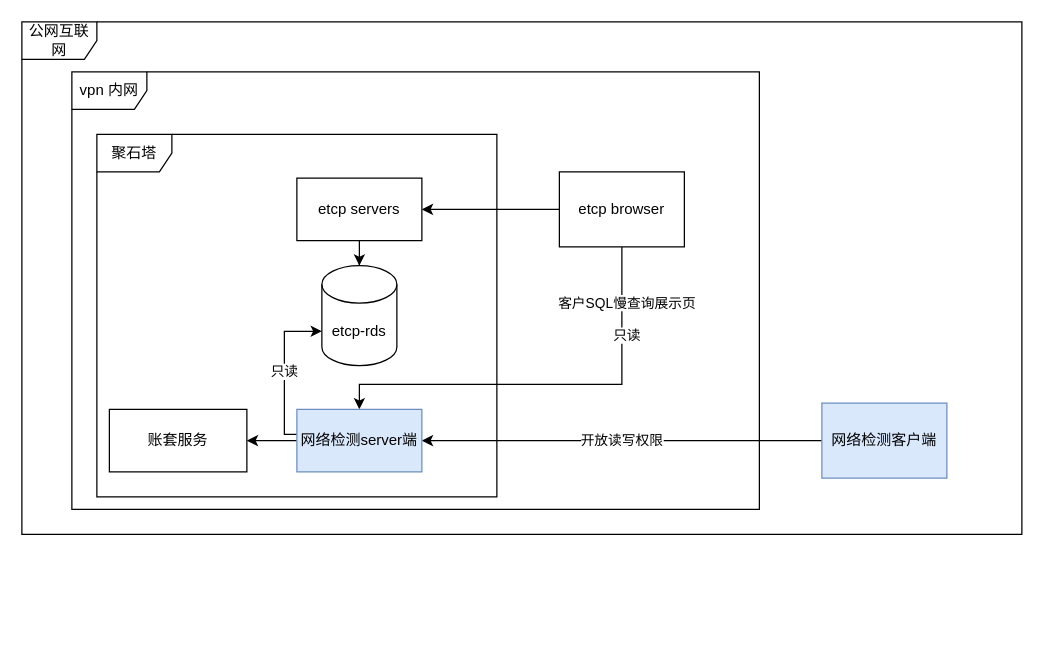
The draw.io diagram netdiag.drawio in mashifei/uml, before the edit. Source tidied: cells renumbered, new cells numbered last; positions are measured from the earlier drawing's top-left corner, leaving out a move shared by most shapes. Both pictures are drawn from the tidied source at 125%, with x=0, y=0 at pixel (21, 21).
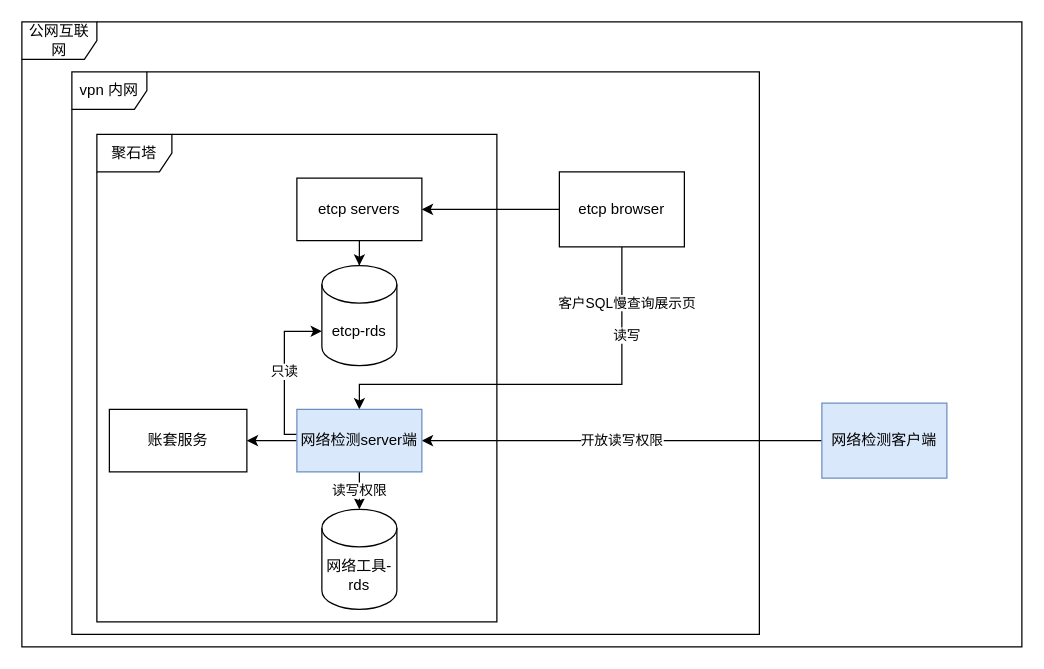
After the change.

Unchanged cells that the change refers to:
```xml
<mxCell id="9" style="edgeStyle=orthogonalEdgeStyle;rounded=0;jettySize=auto;html=1;entryX=0.5;entryY=0;entryDx=0;entryDy=0;" parent="1" edge="1" source="12" target="18">
  <mxGeometry relative="1" as="geometry">
    <Array as="points">
      <mxPoint x="480" y="290" />
      <mxPoint x="270" y="290" />
    </Array>
  </mxGeometry>
</mxCell>
<mxCell id="18" value="网络检测server端" style="rounded=0;whiteSpace=wrap;html=1;fillColor=#dae8fc;strokeColor=#6c8ebf;" parent="1" vertex="1">
  <mxGeometry x="220" y="310" width="100" height="50" as="geometry" />
</mxCell>
```

Change to the diagram source:
```diff
@@
+    <mxCell id="3" value="公网互联网" style="shape=umlFrame;whiteSpace=wrap;html=1;" parent="1" vertex="1">
+      <mxGeometry width="800" height="500" as="geometry" />
+    </mxCell>
     <mxCell id="2" value="vpn 内网" style="shape=umlFrame;whiteSpace=wrap;html=1;" parent="1" vertex="1">
-      <mxGeometry x="40" y="40" width="550" height="350" as="geometry" />
+      <mxGeometry x="40" y="40" width="550" height="450" as="geometry" />
     </mxCell>
-    <mxCell id="3" value="公网互联网" style="shape=umlFrame;whiteSpace=wrap;html=1;" parent="1" vertex="1">
-      <mxGeometry width="800" height="410" as="geometry" />
-    </mxCell>
     <mxCell id="4" value="聚石塔" style="shape=umlFrame;whiteSpace=wrap;html=1;" parent="1" vertex="1">
-      <mxGeometry x="60" y="90" width="320" height="290" as="geometry" />
+      <mxGeometry x="60" y="90" width="320" height="390" as="geometry" />
     </mxCell>
@@
-    <mxCell id="11" value="只读" style="edgeLabel;html=1;align=center;verticalAlign=middle;" parent="9" vertex="1">
+    <mxCell id="11" value="读写" style="edgeLabel;html=1;align=center;verticalAlign=middle;" parent="9" vertex="1">
       <mxGeometry x="-0.59" y="3" relative="1" as="geometry" />
     </mxCell>
@@
+    <mxCell id="20" value="读写权限" style="edgeStyle=orthogonalEdgeStyle;rounded=0;jettySize=auto;html=1;" parent="1" edge="1" source="18" target="21">
+      <mxGeometry relative="1" as="geometry" />
+    </mxCell>
@@
+    <mxCell id="21" value="网络工具-rds" style="shape=cylinder3;whiteSpace=wrap;html=1;boundedLbl=1;backgroundOutline=1;size=15;" parent="1" vertex="1">
+      <mxGeometry x="240" y="390" width="60" height="80" as="geometry" />
+    </mxCell>
```
